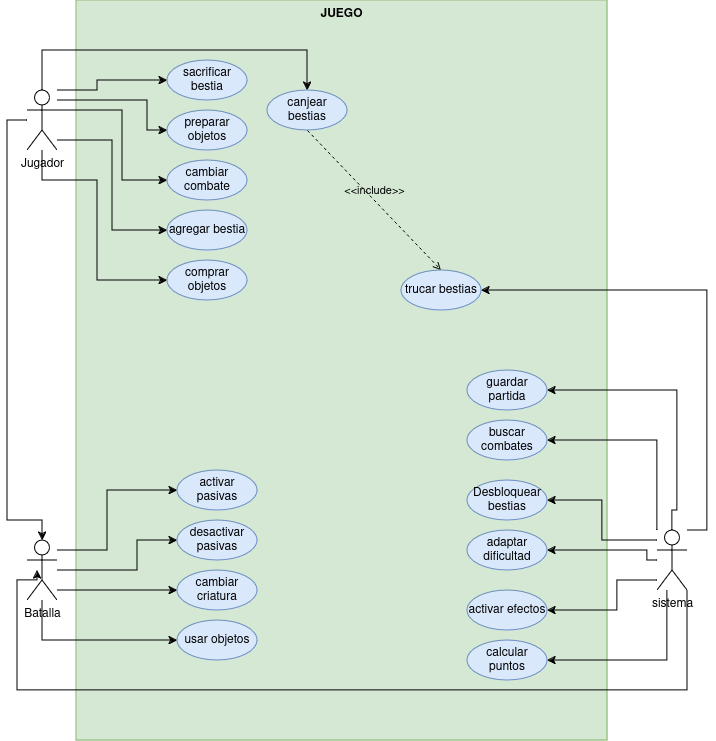
This is juego de monstruos.png from gian700/Proyecto, a draw.io export, as it was before one commit. Source tidied: cells renumbered, new cells last; positions are measured from the earlier drawing's top-left corner, leaving out a move shared by most shapes.
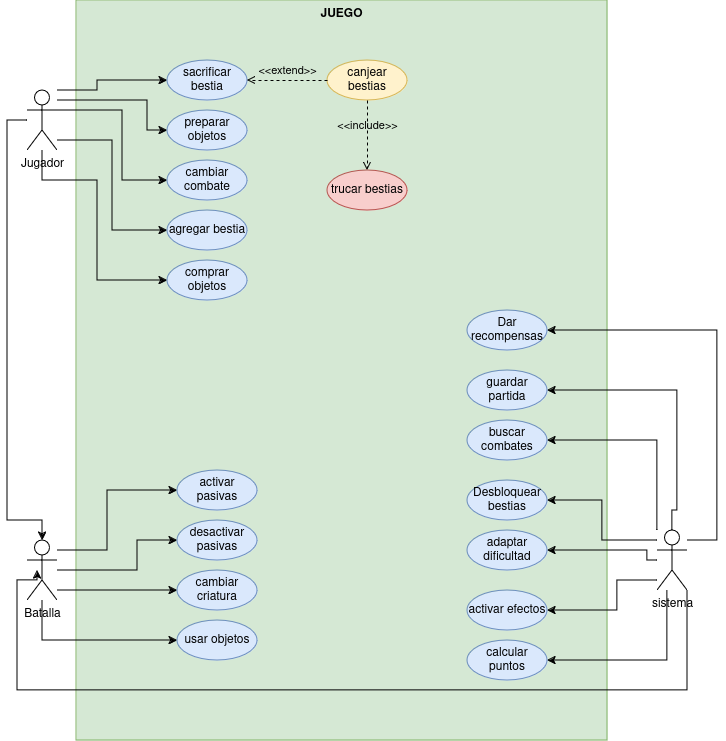
Later version of the same file.

The edit, as a diff of the source:
```diff
@@ -28,14 +28,6 @@
         </Array>
       </mxGeometry>
     </mxCell>
-    <mxCell id="6" style="edgeStyle=orthogonalEdgeStyle;rounded=0;jettySize=auto;html=1;entryX=0.5;entryY=0;entryDx=0;entryDy=0;" parent="1" edge="1" source="9" target="19">
-      <mxGeometry relative="1" as="geometry">
-        <Array as="points">
-          <mxPoint x="35" y="50" />
-          <mxPoint x="300" y="50" />
-        </Array>
-      </mxGeometry>
-    </mxCell>
     <mxCell id="7" style="edgeStyle=orthogonalEdgeStyle;rounded=0;jettySize=auto;html=1;entryX=0;entryY=0.5;entryDx=0;entryDy=0;" parent="1" edge="1" source="9" target="37">
       <mxGeometry relative="1" as="geometry">
         <Array as="points">
@@ -102,8 +94,8 @@
     <mxCell id="18" value="activar pasivas" style="ellipse;whiteSpace=wrap;html=1;fillColor=#dae8fc;strokeColor=#6c8ebf;" parent="1" vertex="1">
       <mxGeometry x="170" y="470" width="80" height="40" as="geometry" />
     </mxCell>
-    <mxCell id="19" value="canjear bestias" style="ellipse;whiteSpace=wrap;html=1;fillColor=#dae8fc;strokeColor=#6c8ebf;" parent="1" vertex="1">
-      <mxGeometry x="260" y="90" width="80" height="40" as="geometry" />
+    <mxCell id="19" value="canjear bestias" style="ellipse;whiteSpace=wrap;html=1;fillColor=#fff2cc;strokeColor=#d6b656;" parent="1" vertex="1">
+      <mxGeometry x="320" y="60" width="80" height="40" as="geometry" />
     </mxCell>
     <mxCell id="20" value="desactivar pasivas" style="ellipse;whiteSpace=wrap;html=1;fillColor=#dae8fc;strokeColor=#6c8ebf;" parent="1" vertex="1">
       <mxGeometry x="170" y="520" width="80" height="40" as="geometry" />
@@ -169,14 +161,14 @@
         </Array>
       </mxGeometry>
     </mxCell>
-    <mxCell id="29" style="edgeStyle=orthogonalEdgeStyle;rounded=0;jettySize=auto;html=1;entryX=1;entryY=0.5;entryDx=0;entryDy=0;" parent="1" edge="1" source="30" target="42">
-      <mxGeometry relative="1" as="geometry">
-        <Array as="points">
-          <mxPoint x="700" y="530" />
-          <mxPoint x="700" y="290" />
-        </Array>
-      </mxGeometry>
-    </mxCell>
+    <mxCell id="43" style="edgeStyle=orthogonalEdgeStyle;rounded=0;jettySize=auto;html=1;entryX=1;entryY=0.5;entryDx=0;entryDy=0;" parent="1" edge="1" source="30" target="44">
+      <mxGeometry relative="1" as="geometry">
+        <Array as="points">
+          <mxPoint x="710" y="540" />
+          <mxPoint x="710" y="330" />
+        </Array>
+      </mxGeometry>
+    </mxCell>
     <mxCell id="30" value="sistema" style="shape=umlActor;html=1;verticalLabelPosition=bottom;verticalAlign=top;align=center;" parent="1" vertex="1">
       <mxGeometry x="650" y="530" width="30" height="60" as="geometry" />
     </mxCell>
@@ -219,8 +211,14 @@
     <mxCell id="41" value="guardar partida" style="ellipse;whiteSpace=wrap;html=1;fillColor=#dae8fc;strokeColor=#6c8ebf;" parent="1" vertex="1">
       <mxGeometry x="460" y="370" width="80" height="40" as="geometry" />
     </mxCell>
-    <mxCell id="42" value="trucar bestias" style="ellipse;whiteSpace=wrap;html=1;fillColor=#dae8fc;strokeColor=#6c8ebf;" parent="1" vertex="1">
-      <mxGeometry x="394" y="270" width="80" height="40" as="geometry" />
+    <mxCell id="42" value="trucar bestias" style="ellipse;whiteSpace=wrap;html=1;fillColor=#f8cecc;strokeColor=#b85450;" parent="1" vertex="1">
+      <mxGeometry x="320" y="170" width="80" height="40" as="geometry" />
     </mxCell>
+    <mxCell id="44" value="Dar recompensas" style="ellipse;whiteSpace=wrap;html=1;fillColor=#dae8fc;strokeColor=#6c8ebf;" parent="1" vertex="1">
+      <mxGeometry x="460" y="310" width="80" height="40" as="geometry" />
+    </mxCell>
+    <mxCell id="45" value="&amp;lt;&amp;lt;extend&amp;gt;&amp;gt;" style="html=1;verticalAlign=bottom;labelBackgroundColor=none;endArrow=open;endFill=0;dashed=1;rounded=0;exitX=0;exitY=0.5;exitDx=0;exitDy=0;entryX=1;entryY=0.5;entryDx=0;entryDy=0;" parent="1" edge="1" source="19" target="10">
+      <mxGeometry relative="1" as="geometry" />
+    </mxCell>
   </root>
 </mxGraphModel>
```
